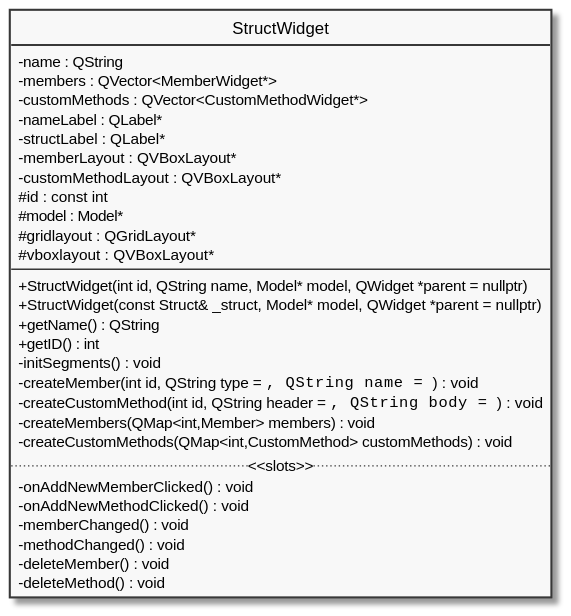
The PlantUML diagram diagram/docs/StructWidget.svg in pecku/szakdoga, before a commit. Source of this version:
```plantuml
@startuml StructWidget

skinparam Monochrome true
skinparam ClassAttributeIconSize 0
hide circle
hide enum methods

class StructWidget
{
    - name : QString
    - members : QVector<MemberWidget*>
    - customMethods : QVector<CustomMethodWidget*>
    - nameLabel : QLabel*
    - structLabel : QLabel*
    - memberLayout : QVBoxLayout*
    - customMethodLayout : QVBoxLayout*
    # id : const int
    # model : Model*
    # gridlayout : QGridLayout*
    # vboxlayout : QVBoxLayout*
--
    + StructWidget(int id, QString name, Model* model, QWidget *parent = nullptr)
    + StructWidget(const Struct& _struct, Model* model, QWidget *parent = nullptr)
    + getName() : QString
    + getID() : int
    - initSegments() : void
    - createMember(int id, QString type = "", QString name = "") : void
    - createCustomMethod(int id, QString header = "", QString body = "") : void
    - createMembers(QMap<int,Member> members) : void
    - createCustomMethods(QMap<int,CustomMethod> customMethods) : void
.. <<slots>> ..
    - onAddNewMemberClicked() : void
    - onAddNewMethodClicked() : void
    - memberChanged() : void
    - methodChanged() : void
    - deleteMember() : void
    - deleteMethod() : void
}

@enduml
```
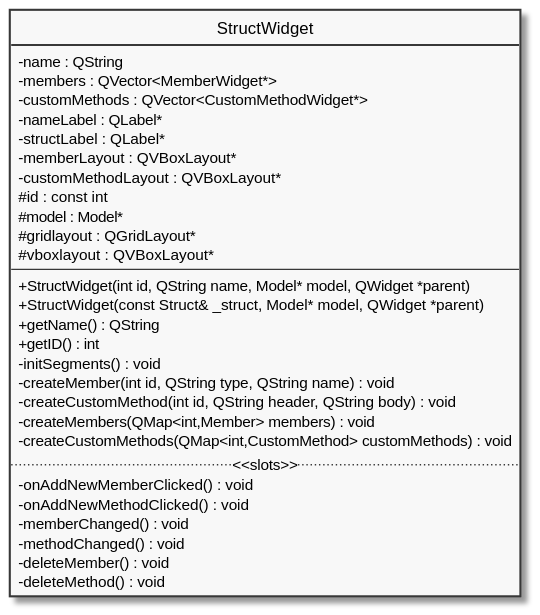
The same file after the commit.

Diff of the diagram source:
```diff
@@ -19,13 +19,13 @@
     # gridlayout : QGridLayout*
     # vboxlayout : QVBoxLayout*
 --
-    + StructWidget(int id, QString name, Model* model, QWidget *parent = nullptr)
-    + StructWidget(const Struct& _struct, Model* model, QWidget *parent = nullptr)
+    + StructWidget(int id, QString name, Model* model, QWidget *parent)
+    + StructWidget(const Struct& _struct, Model* model, QWidget *parent)
     + getName() : QString
     + getID() : int
     - initSegments() : void
-    - createMember(int id, QString type = "", QString name = "") : void
-    - createCustomMethod(int id, QString header = "", QString body = "") : void
+    - createMember(int id, QString type, QString name) : void
+    - createCustomMethod(int id, QString header, QString body) : void
     - createMembers(QMap<int,Member> members) : void
     - createCustomMethods(QMap<int,CustomMethod> customMethods) : void
 .. <<slots>> ..
```
